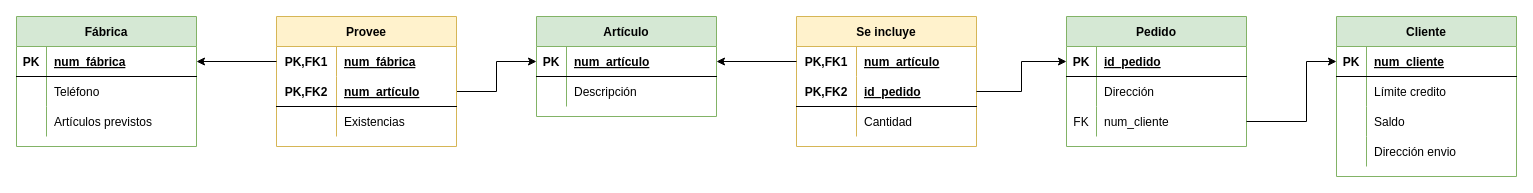
Before: Tablas/Tarea 3.drawio in Carball04/Trabajos-E-R, a draw.io diagram. Source tidied: cells renumbered, new cells numbered last; positions are measured from the earlier drawing's top-left corner, leaving out a move shared by most shapes. Both pictures are drawn from the tidied source at 100%, with x=0, y=0 at pixel (16, 16).
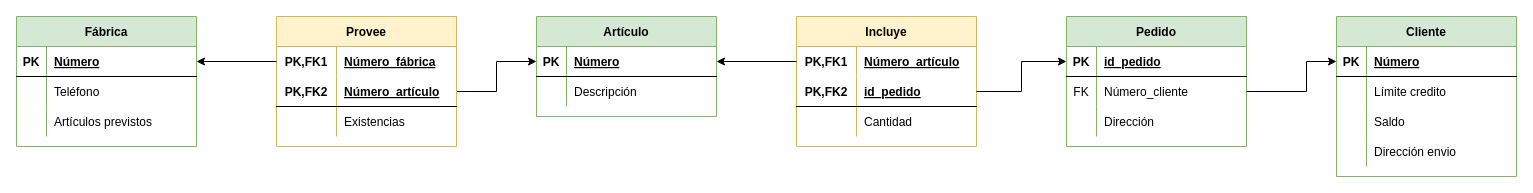
The same diagram, later.

Unchanged cells that the change refers to:
```xml
<mxCell id="3" style="shape=tableRow;horizontal=0;startSize=0;swimlaneHead=0;swimlaneBody=0;fillColor=none;points=[[0,0.5],[1,0.5]];portConstraint=eastwest;top=0;left=0;right=0;bottom=1;" parent="2" vertex="1">
  <mxGeometry y="30" width="180" height="30" as="geometry" />
</mxCell>
<mxCell id="10" style="shape=tableRow;horizontal=0;startSize=0;swimlaneHead=0;swimlaneBody=0;fillColor=none;points=[[0,0.5],[1,0.5]];portConstraint=eastwest;top=0;left=0;right=0;bottom=1;" parent="9" vertex="1">
  <mxGeometry y="30" width="180" height="30" as="geometry" />
</mxCell>
<mxCell id="21" style="shape=tableRow;horizontal=0;startSize=0;swimlaneHead=0;swimlaneBody=0;fillColor=none;points=[[0,0.5],[1,0.5]];portConstraint=eastwest;top=0;left=0;right=0;bottom=0;" parent="20" vertex="1">
  <mxGeometry y="30" width="180" height="30" as="geometry" />
</mxCell>
<mxCell id="24" style="shape=tableRow;horizontal=0;startSize=0;swimlaneHead=0;swimlaneBody=0;fillColor=none;points=[[0,0.5],[1,0.5]];portConstraint=eastwest;top=0;left=0;right=0;bottom=1;" parent="20" vertex="1">
  <mxGeometry y="60" width="180" height="30" as="geometry" />
</mxCell>
<mxCell id="32" style="shape=tableRow;horizontal=0;startSize=0;swimlaneHead=0;swimlaneBody=0;fillColor=none;points=[[0,0.5],[1,0.5]];portConstraint=eastwest;top=0;left=0;right=0;bottom=0;" parent="31" vertex="1">
  <mxGeometry y="30" width="180" height="30" as="geometry" />
</mxCell>
<mxCell id="41" value="Pedido" style="shape=table;startSize=30;childLayout=tableLayout;rowLines=0;fontStyle=1;align=center;fillColor=#d5e8d4;strokeColor=#82b366;" parent="1" vertex="1">
  <mxGeometry x="1050" width="180" height="130" as="geometry" />
</mxCell>
<mxCell id="54" style="shape=tableRow;horizontal=0;startSize=0;swimlaneHead=0;swimlaneBody=0;fillColor=none;points=[[0,0.5],[1,0.5]];portConstraint=eastwest;top=0;left=0;right=0;bottom=1;" parent="53" vertex="1">
  <mxGeometry y="30" width="180" height="30" as="geometry" />
</mxCell>
```

What changed in the source:
```diff
@@
-    <mxCell id="5" value="num_artículo" style="shape=partialRectangle;fillColor=none;top=0;left=0;bottom=0;right=0;align=left;spacingLeft=6;fontStyle=5;overflow=hidden;" parent="3" vertex="1">
+    <mxCell id="5" value="Número" style="shape=partialRectangle;fillColor=none;top=0;left=0;bottom=0;right=0;align=left;spacingLeft=6;fontStyle=5;overflow=hidden;" parent="3" vertex="1">
       <mxGeometry x="30" width="150" height="30" as="geometry" />
     </mxCell>
@@
-    <mxCell id="12" value="num_fábrica" style="shape=partialRectangle;fillColor=none;top=0;left=0;bottom=0;right=0;align=left;spacingLeft=6;fontStyle=5;overflow=hidden;" parent="10" vertex="1">
+    <mxCell id="12" value="Número" style="shape=partialRectangle;fillColor=none;top=0;left=0;bottom=0;right=0;align=left;spacingLeft=6;fontStyle=5;overflow=hidden;" parent="10" vertex="1">
       <mxGeometry x="30" width="150" height="30" as="geometry" />
     </mxCell>
@@
-    <mxCell id="23" value="num_fábrica" style="shape=partialRectangle;fillColor=none;top=0;left=0;bottom=0;right=0;align=left;spacingLeft=6;fontStyle=5;overflow=hidden;" parent="21" vertex="1">
+    <mxCell id="23" value="Número_fábrica" style="shape=partialRectangle;fillColor=none;top=0;left=0;bottom=0;right=0;align=left;spacingLeft=6;fontStyle=5;overflow=hidden;" parent="21" vertex="1">
       <mxGeometry x="60" width="120" height="30" as="geometry" />
     </mxCell>
@@
-    <mxCell id="26" value="num_artículo" style="shape=partialRectangle;fillColor=none;top=0;left=0;bottom=0;right=0;align=left;spacingLeft=6;fontStyle=5;overflow=hidden;" parent="24" vertex="1">
+    <mxCell id="26" value="Número_artículo" style="shape=partialRectangle;fillColor=none;top=0;left=0;bottom=0;right=0;align=left;spacingLeft=6;fontStyle=5;overflow=hidden;" parent="24" vertex="1">
       <mxGeometry x="60" width="120" height="30" as="geometry" />
     </mxCell>
@@
-    <mxCell id="31" value="Se incluye" style="shape=table;startSize=30;childLayout=tableLayout;rowLines=0;fontStyle=1;align=center;fillColor=#fff2cc;strokeColor=#d6b656;" parent="1" vertex="1">
+    <mxCell id="31" value="Incluye" style="shape=table;startSize=30;childLayout=tableLayout;rowLines=0;fontStyle=1;align=center;fillColor=#fff2cc;strokeColor=#d6b656;" parent="1" vertex="1">
       <mxGeometry x="780" width="180" height="130" as="geometry" />
     </mxCell>
@@
-    <mxCell id="34" value="num_artículo" style="shape=partialRectangle;fillColor=none;top=0;left=0;bottom=0;right=0;align=left;spacingLeft=6;fontStyle=5;overflow=hidden;" parent="32" vertex="1">
+    <mxCell id="34" value="Número_artículo" style="shape=partialRectangle;fillColor=none;top=0;left=0;bottom=0;right=0;align=left;spacingLeft=6;fontStyle=5;overflow=hidden;" parent="32" vertex="1">
       <mxGeometry x="60" width="120" height="30" as="geometry" />
     </mxCell>
@@
+    <mxCell id="48" style="shape=tableRow;horizontal=0;startSize=0;swimlaneHead=0;swimlaneBody=0;fillColor=none;points=[[0,0.5],[1,0.5]];portConstraint=eastwest;top=0;left=0;right=0;bottom=0;" parent="41" vertex="1">
+      <mxGeometry y="60" width="180" height="30" as="geometry" />
+    </mxCell>
+    <mxCell id="49" value="FK" style="shape=partialRectangle;fillColor=none;top=0;left=0;bottom=0;right=0;fontStyle=0;overflow=hidden;" parent="48" vertex="1">
+      <mxGeometry width="30" height="30" as="geometry" />
+    </mxCell>
+    <mxCell id="50" value="Número_cliente" style="shape=partialRectangle;fillColor=none;top=0;left=0;bottom=0;right=0;align=left;spacingLeft=6;fontStyle=0;overflow=hidden;" parent="48" vertex="1">
+      <mxGeometry x="30" width="150" height="30" as="geometry" />
+    </mxCell>
     <mxCell id="45" style="shape=tableRow;horizontal=0;startSize=0;swimlaneHead=0;swimlaneBody=0;fillColor=none;top=0;left=0;right=0;bottom=0;" parent="41" vertex="1">
-      <mxGeometry y="60" width="180" height="30" as="geometry" />
+      <mxGeometry y="90" width="180" height="30" as="geometry" />
     </mxCell>
@@
-    <mxCell id="48" style="shape=tableRow;horizontal=0;startSize=0;swimlaneHead=0;swimlaneBody=0;fillColor=none;points=[[0,0.5],[1,0.5]];portConstraint=eastwest;top=0;left=0;right=0;bottom=0;" parent="41" vertex="1">
-      <mxGeometry y="90" width="180" height="30" as="geometry" />
-    </mxCell>
-    <mxCell id="49" value="FK" style="shape=partialRectangle;fillColor=none;top=0;left=0;bottom=0;right=0;fontStyle=0;overflow=hidden;" parent="48" vertex="1">
-      <mxGeometry width="30" height="30" as="geometry" />
-    </mxCell>
-    <mxCell id="50" value="num_cliente" style="shape=partialRectangle;fillColor=none;top=0;left=0;bottom=0;right=0;align=left;spacingLeft=6;fontStyle=0;overflow=hidden;" parent="48" vertex="1">
-      <mxGeometry x="30" width="150" height="30" as="geometry" />
-    </mxCell>
@@
-    <mxCell id="56" value="num_cliente" style="shape=partialRectangle;fillColor=none;top=0;left=0;bottom=0;right=0;align=left;spacingLeft=6;fontStyle=5;overflow=hidden;" parent="54" vertex="1">
+    <mxCell id="56" value="Número" style="shape=partialRectangle;fillColor=none;top=0;left=0;bottom=0;right=0;align=left;spacingLeft=6;fontStyle=5;overflow=hidden;" parent="54" vertex="1">
       <mxGeometry x="30" width="150" height="30" as="geometry" />
     </mxCell>
@@
     <mxCell id="66" style="edgeStyle=orthogonalEdgeStyle;rounded=0;jettySize=auto;html=1;exitX=1;exitY=0.5;exitDx=0;exitDy=0;entryX=0;entryY=0.5;entryDx=0;entryDy=0;" parent="1" edge="1" source="48" target="54">
       <mxGeometry relative="1" as="geometry">
         <Array as="points">
-          <mxPoint x="1290" y="105" />
+          <mxPoint x="1290" y="75" />
           <mxPoint x="1290" y="45" />
         </Array>
       </mxGeometry>
     </mxCell>
```
